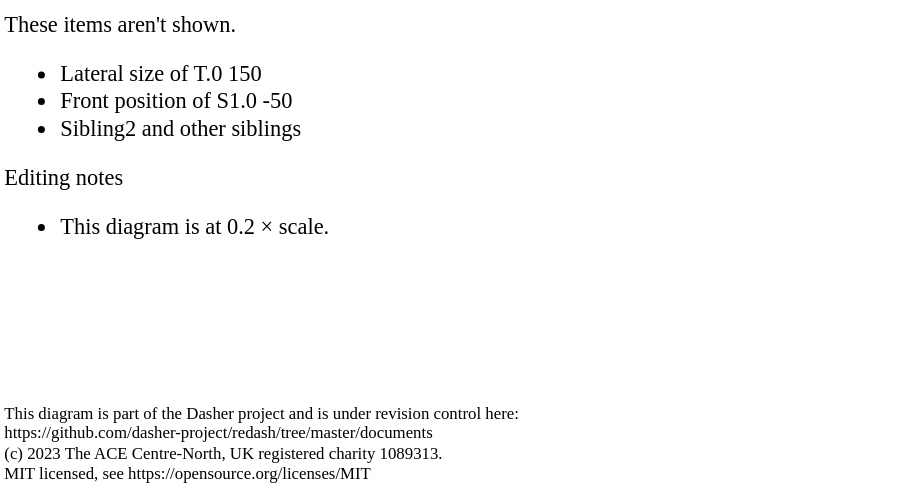
dasher-project/dasher-web keeps this draw.io diagram as documents/Specification/07ZoomBoxMovement/scratch00.svg. Above is the earlier version. Source tidied: cells renumbered, new cells last; positions are measured from the earlier drawing's top-left corner, leaving out a move shared by most shapes.
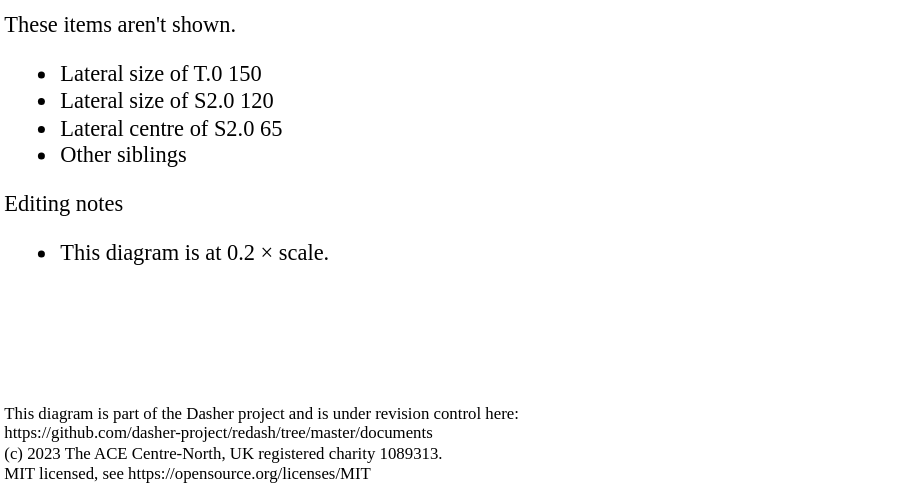
The same diagram one commit later.

Commit message:
Add S2.0 and save some other business

The edit, as a diff of the source:
```diff
@@ -5,7 +5,7 @@
     <mxCell id="2" value="This diagram is part of the Dasher project and is under revision control here:&#10;https://github.com/dasher-project/redash/tree/master/documents&#10;(c) 2023 The ACE Centre-North, UK registered charity 1089313.&#10;MIT licensed, see https://opensource.org/licenses/MIT&#10;" style="rounded=0;shadow=0;comic=0;labelBackgroundColor=none;strokeWidth=2;fillColor=none;fontFamily=Verdana;fontSize=12;align=left;arcSize=20;spacingTop=0;spacingLeft=0;spacing=2;spacingBottom=0;spacingRight=0;strokeColor=none;whiteSpace=wrap;verticalAlign=top;" parent="1" vertex="1">
       <mxGeometry y="280" width="640" height="70" as="geometry" />
     </mxCell>
-    <mxCell id="3" value="These items aren't shown.&lt;br&gt;&lt;ul&gt;&lt;li&gt;Lateral size of T.0 150&lt;/li&gt;&lt;li&gt;Front position of S1.0 -50&lt;/li&gt;&lt;li&gt;Sibling2 and other siblings&lt;/li&gt;&lt;/ul&gt;Editing notes&lt;br&gt;&lt;ul&gt;&lt;li&gt;This diagram is at 0.2 × scale.&lt;/li&gt;&lt;/ul&gt;" style="rounded=0;shadow=0;comic=0;labelBackgroundColor=none;strokeWidth=2;fillColor=none;fontFamily=Verdana;fontSize=16;align=left;arcSize=20;spacingTop=0;spacingLeft=0;spacing=2;spacingBottom=0;spacingRight=0;strokeColor=none;whiteSpace=wrap;verticalAlign=top;html=1;" parent="1" vertex="1">
+    <mxCell id="3" value="These items aren't shown.&lt;br&gt;&lt;ul&gt;&lt;li&gt;Lateral size of T.0 150&lt;/li&gt;&lt;li&gt;&lt;span style=&quot;background-color: initial;&quot;&gt;Lateral size of S2.0 120&lt;/span&gt;&lt;br&gt;&lt;/li&gt;&lt;li&gt;Lateral centre of S2.0 65&lt;/li&gt;&lt;li&gt;&lt;span style=&quot;background-color: initial;&quot;&gt;Other siblings&lt;/span&gt;&lt;br&gt;&lt;/li&gt;&lt;/ul&gt;Editing notes&lt;br&gt;&lt;ul&gt;&lt;li&gt;This diagram is at 0.2 × scale.&lt;/li&gt;&lt;/ul&gt;" style="rounded=0;shadow=0;comic=0;labelBackgroundColor=none;strokeWidth=2;fillColor=none;fontFamily=Verdana;fontSize=16;align=left;arcSize=20;spacingTop=0;spacingLeft=0;spacing=2;spacingBottom=0;spacingRight=0;strokeColor=none;whiteSpace=wrap;verticalAlign=top;html=1;" parent="1" vertex="1">
       <mxGeometry width="640" height="250" as="geometry" />
     </mxCell>
   </root>
```
